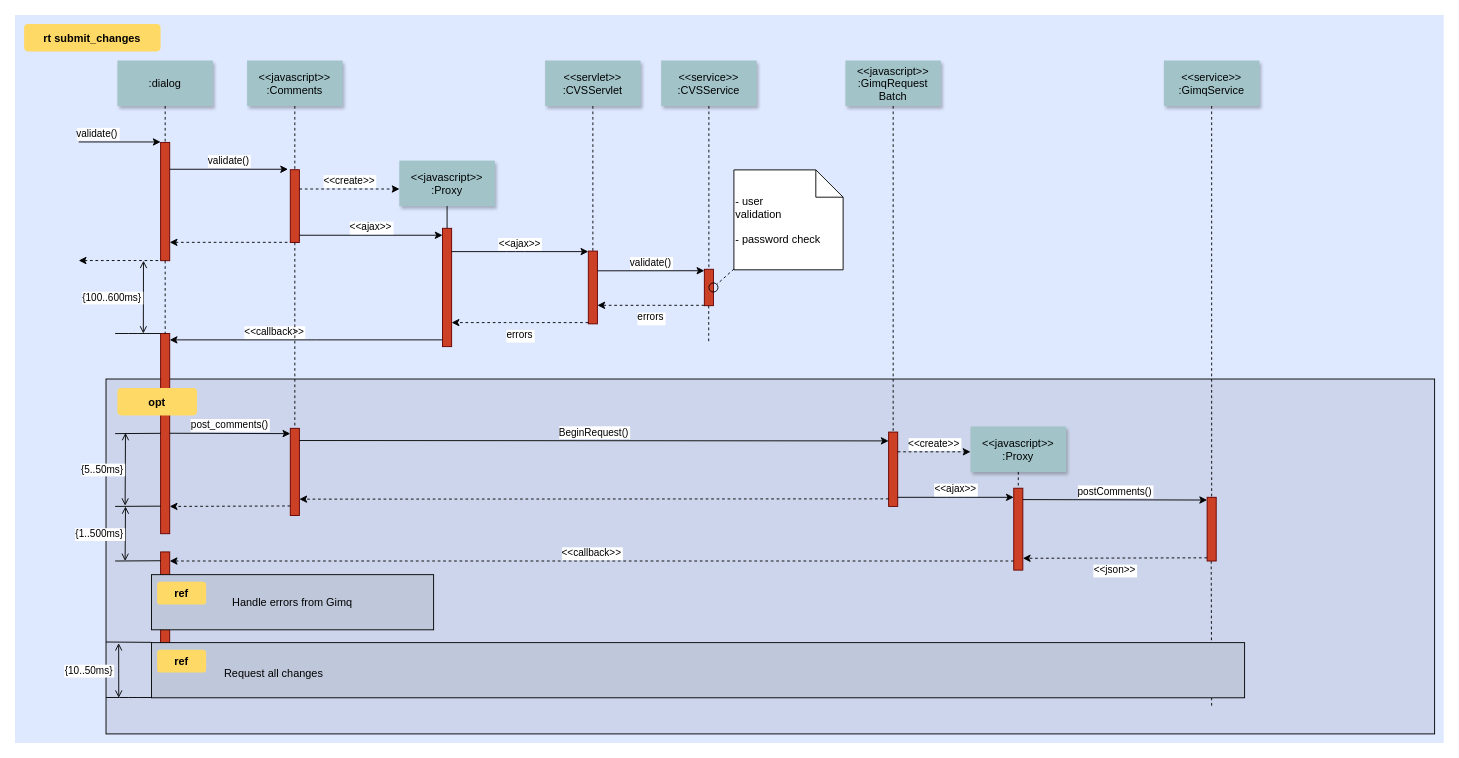
The draw.io diagram Untitled Diagram.drawio in bob-zou/draw.io, before the edit. Source tidied: cells renumbered, new cells numbered last; positions are measured from the earlier drawing's top-left corner, leaving out a move shared by most shapes. Both pictures are drawn from the tidied source at 91%, with x=0, y=0 at pixel (15, 15).
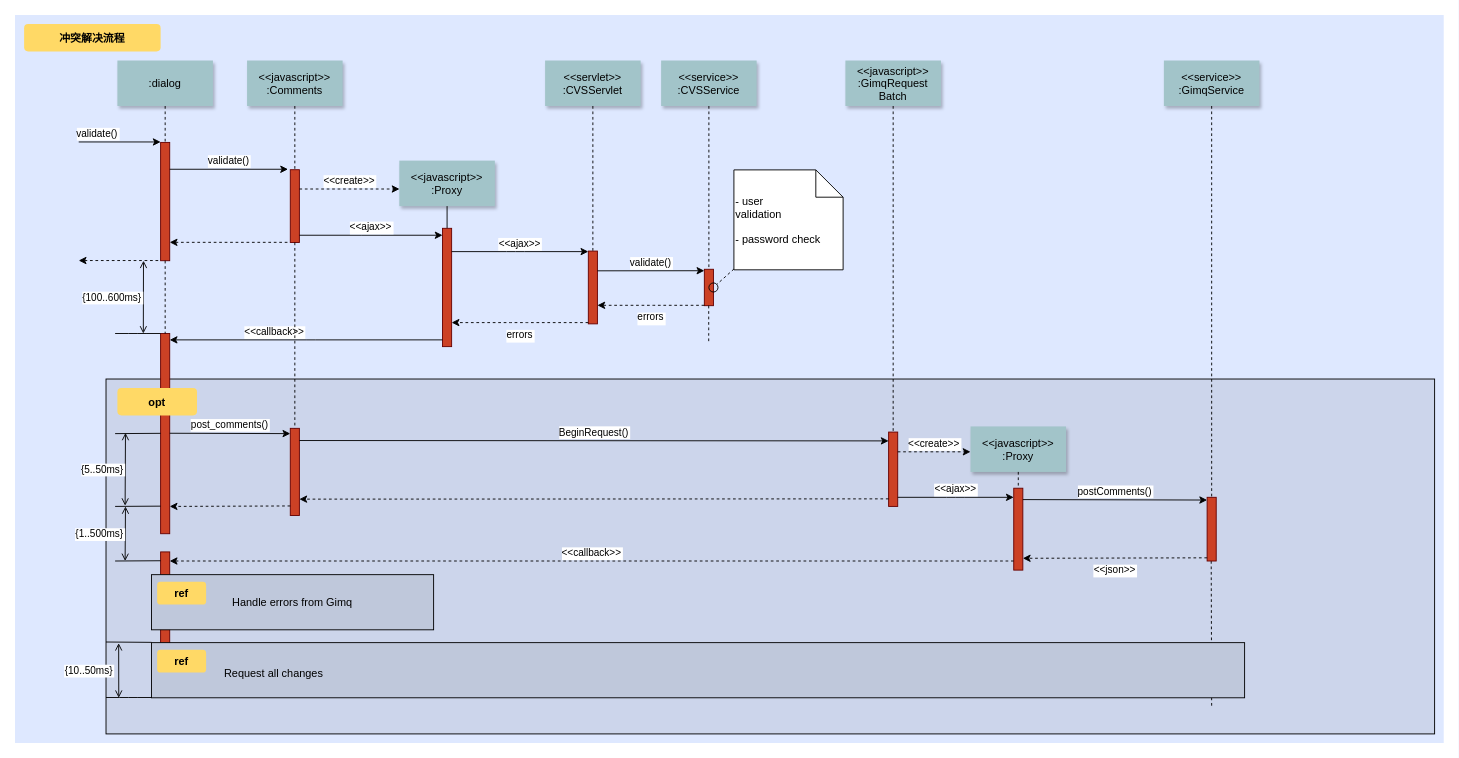
The same page after the edit.

What changed in the source:
```diff
@@
-    <mxCell id="60" value="rt submit_changes" style="rounded=1;fontStyle=1;fillColor=#FFD966;strokeColor=none;" parent="1" vertex="1">
+    <mxCell id="60" value="冲突解决流程" style="rounded=1;fontStyle=1;fillColor=#FFD966;strokeColor=none;" parent="1" vertex="1">
       <mxGeometry x="10" y="10" width="150" height="30" as="geometry" />
     </mxCell>
```
